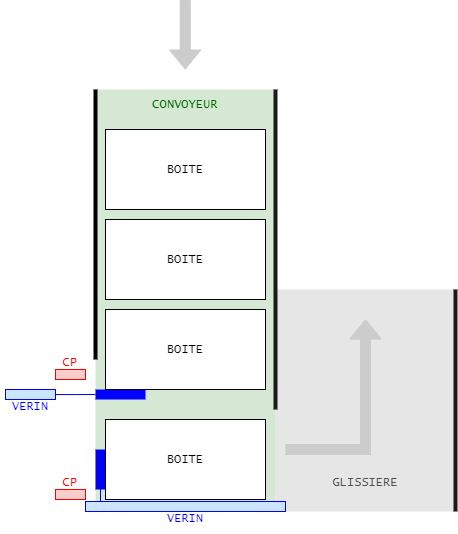
The draw.io diagram installation-cv.drawio.png in joriszuretti/esirem, before a commit. Source tidied: cells renumbered, new cells last; positions are measured from the earlier drawing's top-left corner, leaving out a move shared by most shapes.
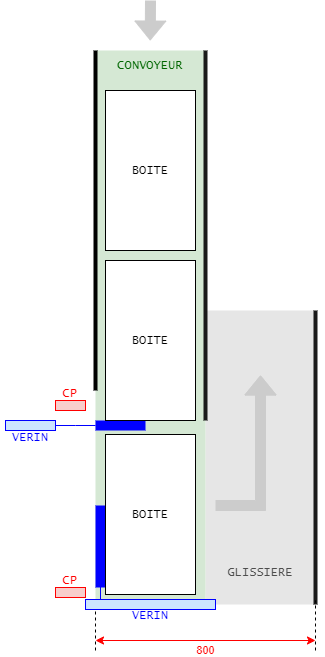
Later version of the same file.

Commit message:
Mettre à jour installation-cv.drawio.png

The edit, as a diff of the source:
```diff
@@ -3,31 +3,22 @@
     <mxCell id="0" />
     <mxCell id="1" parent="0" />
     <mxCell id="2" style="rounded=0;whiteSpace=wrap;html=1;fillColor=#E6E6E6;strokeColor=none;strokeWidth=4;" parent="1" vertex="1">
-      <mxGeometry x="275" y="290" width="180" height="222" as="geometry" />
+      <mxGeometry x="205" y="280" width="110" height="294" as="geometry" />
     </mxCell>
     <mxCell id="3" style="rounded=0;whiteSpace=wrap;html=1;fillColor=#d5e8d4;strokeColor=none;strokeWidth=4;" parent="1" vertex="1">
-      <mxGeometry x="95" y="90" width="180" height="422" as="geometry" />
+      <mxGeometry x="95" y="20" width="110" height="550" as="geometry" />
     </mxCell>
-    <mxCell id="4" value="&lt;font face=&quot;Lucida Console&quot;&gt;BOITE&lt;/font&gt;" style="rounded=0;whiteSpace=wrap;html=1;" parent="1" vertex="1">
-      <mxGeometry x="105" y="130" width="160" height="80" as="geometry" />
-    </mxCell>
-    <mxCell id="5" value="&lt;font face=&quot;Lucida Console&quot;&gt;BOITE&lt;/font&gt;" style="rounded=0;whiteSpace=wrap;html=1;" parent="1" vertex="1">
-      <mxGeometry x="105" y="220" width="160" height="80" as="geometry" />
-    </mxCell>
     <mxCell id="6" style="rounded=0;whiteSpace=wrap;html=1;fillColor=#0000FF;strokeColor=none;fillStyle=auto;gradientColor=none;perimeterSpacing=8;" parent="1" vertex="1">
       <mxGeometry x="95" y="390" width="50" height="10" as="geometry" />
     </mxCell>
     <mxCell id="7" style="rounded=0;whiteSpace=wrap;html=1;fillColor=#f8cecc;strokeColor=#FF0000;" parent="1" vertex="1">
-      <mxGeometry x="55" y="490" width="30" height="10" as="geometry" />
+      <mxGeometry x="55" y="557" width="30" height="10" as="geometry" />
     </mxCell>
     <mxCell id="8" style="rounded=0;whiteSpace=wrap;html=1;fillColor=#f8cecc;strokeColor=#FF0000;" parent="1" vertex="1">
       <mxGeometry x="55" y="370" width="30" height="10" as="geometry" />
     </mxCell>
-    <mxCell id="9" value="&lt;font face=&quot;Lucida Console&quot;&gt;BOITE&lt;/font&gt;" style="rounded=0;whiteSpace=wrap;html=1;" parent="1" vertex="1">
-      <mxGeometry x="105" y="310" width="160" height="80" as="geometry" />
-    </mxCell>
     <mxCell id="10" style="rounded=0;whiteSpace=wrap;html=1;fillColor=#CCE5FF;strokeColor=#0000FF;fillStyle=auto;gradientColor=none;perimeterSpacing=8;" parent="1" vertex="1">
-      <mxGeometry x="85" y="502" width="200" height="10" as="geometry" />
+      <mxGeometry x="85" y="569" width="130" height="10" as="geometry" />
     </mxCell>
     <mxCell id="11" style="endArrow=none;html=1;rounded=0;strokeWidth=4;strokeColor=#000000;entryX=0;entryY=0;entryDx=0;entryDy=0;" parent="1" edge="1" target="3">
       <mxGeometry relative="1" as="geometry">
@@ -36,7 +27,7 @@
     </mxCell>
     <mxCell id="12" style="endArrow=none;html=1;rounded=0;strokeWidth=4;strokeColor=#1A1A1A;entryX=1;entryY=0;entryDx=0;entryDy=0;" parent="1" edge="1" target="3">
       <mxGeometry relative="1" as="geometry">
-        <mxPoint x="275" y="410" as="sourcePoint" />
+        <mxPoint x="205" y="390" as="sourcePoint" />
       </mxGeometry>
     </mxCell>
     <mxCell id="13" style="edgeStyle=orthogonalEdgeStyle;rounded=0;jettySize=auto;html=1;endArrow=none;endFill=0;strokeColor=#0000FF;" parent="1" edge="1" source="14">
@@ -47,57 +38,83 @@
     <mxCell id="14" style="rounded=0;whiteSpace=wrap;html=1;fillColor=#CCE5FF;strokeColor=#0000FF;verticalAlign=middle;" parent="1" vertex="1">
       <mxGeometry x="5" y="390" width="50" height="10" as="geometry" />
     </mxCell>
-    <mxCell id="15" style="endArrow=none;html=1;rounded=0;strokeWidth=4;strokeColor=#1A1A1A;entryX=0;entryY=0;entryDx=0;entryDy=0;exitX=1;exitY=1;exitDx=0;exitDy=0;" parent="1" edge="1" source="2">
-      <mxGeometry relative="1" as="geometry">
-        <mxPoint x="455" y="290" as="targetPoint" />
-      </mxGeometry>
+    <mxCell id="15" style="endArrow=none;html=1;rounded=0;strokeWidth=4;strokeColor=#1A1A1A;entryX=1;entryY=0;entryDx=0;entryDy=0;exitX=1;exitY=1;exitDx=0;exitDy=0;" parent="1" edge="1" source="2" target="2">
+      <mxGeometry relative="1" as="geometry" />
     </mxCell>
     <mxCell id="16" style="endArrow=classic;html=1;rounded=0;strokeColor=#CCCCCC;shape=flexArrow;fillColor=#CCCCCC;" parent="1" edge="1">
       <mxGeometry relative="1" as="geometry">
-        <mxPoint x="285" y="450" as="sourcePoint" />
-        <mxPoint x="365" y="320" as="targetPoint" />
+        <mxPoint x="215" y="475" as="sourcePoint" />
+        <mxPoint x="260" y="345" as="targetPoint" />
         <Array as="points">
-          <mxPoint x="385" y="450" />
-          <mxPoint x="285" y="450" />
-          <mxPoint x="365" y="450" />
+          <mxPoint x="280" y="475" />
+          <mxPoint x="260" y="475" />
         </Array>
       </mxGeometry>
     </mxCell>
     <mxCell id="17" style="rounded=0;whiteSpace=wrap;html=1;fillColor=#0000FF;strokeColor=none;fillStyle=auto;gradientColor=none;perimeterSpacing=8;" parent="1" vertex="1">
-      <mxGeometry x="95" y="450" width="10" height="40" as="geometry" />
+      <mxGeometry x="95" y="475" width="10" height="82" as="geometry" />
     </mxCell>
     <mxCell id="18" value="&lt;font face=&quot;Lucida Console&quot;&gt;BOITE&lt;/font&gt;" style="rounded=0;whiteSpace=wrap;html=1;" parent="1" vertex="1">
-      <mxGeometry x="105" y="420" width="160" height="80" as="geometry" />
+      <mxGeometry x="105" y="230" width="90" height="160" as="geometry" />
     </mxCell>
     <mxCell id="19" style="rounded=0;orthogonalLoop=1;jettySize=auto;html=1;exitX=0.529;exitY=0.815;exitDx=0;exitDy=0;exitPerimeter=0;strokeColor=#0000FF;endArrow=none;endFill=0;" parent="1" edge="1">
       <mxGeometry relative="1" as="geometry">
-        <mxPoint x="100" y="476.6" as="sourcePoint" />
-        <mxPoint x="100" y="502" as="targetPoint" />
+        <mxPoint x="100" y="543.6" as="sourcePoint" />
+        <mxPoint x="100" y="569" as="targetPoint" />
       </mxGeometry>
     </mxCell>
-    <mxCell id="20" style="endArrow=classic;html=1;rounded=0;exitX=0.5;exitY=0.766;exitDx=0;exitDy=0;exitPerimeter=0;strokeColor=#CCCCCC;shape=flexArrow;fillColor=#CCCCCC;" parent="1" edge="1">
+    <mxCell id="20" style="endArrow=classic;html=1;rounded=0;strokeColor=#CCCCCC;shape=flexArrow;fillColor=#CCCCCC;" parent="1" edge="1">
       <mxGeometry relative="1" as="geometry">
-        <mxPoint x="184.7" as="sourcePoint" />
-        <mxPoint x="184.7" y="70" as="targetPoint" />
+        <mxPoint x="150" y="-30" as="sourcePoint" />
+        <mxPoint x="149.7" y="10" as="targetPoint" />
       </mxGeometry>
     </mxCell>
     <mxCell id="21" value="&lt;font face=&quot;Lucida Console&quot;&gt;CP&lt;/font&gt;" style="text;html=1;strokeColor=none;fillColor=none;align=center;verticalAlign=middle;whiteSpace=wrap;rounded=0;fontColor=#FF0000;" parent="1" vertex="1">
       <mxGeometry x="40" y="348" width="60" height="30" as="geometry" />
     </mxCell>
     <mxCell id="22" value="&lt;font face=&quot;Lucida Console&quot;&gt;CP&lt;/font&gt;" style="text;html=1;strokeColor=none;fillColor=none;align=center;verticalAlign=middle;whiteSpace=wrap;rounded=0;fontColor=#FF0000;" parent="1" vertex="1">
-      <mxGeometry x="40" y="468" width="60" height="30" as="geometry" />
+      <mxGeometry x="40" y="535" width="60" height="30" as="geometry" />
     </mxCell>
     <mxCell id="23" value="&lt;font face=&quot;Lucida Console&quot;&gt;VERIN&lt;/font&gt;" style="text;html=1;strokeColor=none;fillColor=none;align=center;verticalAlign=middle;whiteSpace=wrap;rounded=0;fontColor=#0000FF;" parent="1" vertex="1">
-      <mxGeometry x="155" y="504" width="60" height="30" as="geometry" />
+      <mxGeometry x="120" y="570" width="60" height="30" as="geometry" />
     </mxCell>
     <mxCell id="24" value="&lt;font face=&quot;Lucida Console&quot;&gt;VERIN&lt;/font&gt;" style="text;html=1;strokeColor=none;fillColor=none;align=center;verticalAlign=middle;whiteSpace=wrap;rounded=0;fontColor=#0000FF;" parent="1" vertex="1">
       <mxGeometry y="392" width="60" height="30" as="geometry" />
     </mxCell>
     <mxCell id="25" value="&lt;font face=&quot;Lucida Console&quot;&gt;CONVOYEUR&lt;/font&gt;" style="text;html=1;strokeColor=none;fillColor=none;align=center;verticalAlign=middle;whiteSpace=wrap;rounded=0;fontColor=#006600;" parent="1" vertex="1">
-      <mxGeometry x="155" y="90" width="60" height="30" as="geometry" />
+      <mxGeometry x="120" y="20" width="60" height="30" as="geometry" />
     </mxCell>
     <mxCell id="26" value="&lt;font color=&quot;#4d4d4d&quot; face=&quot;Lucida Console&quot;&gt;GLISSIERE&lt;/font&gt;" style="text;html=1;strokeColor=none;fillColor=none;align=center;verticalAlign=middle;whiteSpace=wrap;rounded=0;fontColor=#006600;" parent="1" vertex="1">
-      <mxGeometry x="335" y="468" width="60" height="30" as="geometry" />
+      <mxGeometry x="230" y="527" width="60" height="30" as="geometry" />
     </mxCell>
+    <mxCell id="27" value="&lt;font face=&quot;Lucida Console&quot;&gt;BOITE&lt;/font&gt;" style="rounded=0;whiteSpace=wrap;html=1;" parent="1" vertex="1">
+      <mxGeometry x="105" y="60" width="90" height="160" as="geometry" />
+    </mxCell>
+    <mxCell id="28" value="&lt;font face=&quot;Lucida Console&quot;&gt;BOITE&lt;/font&gt;" style="rounded=0;whiteSpace=wrap;html=1;" parent="1" vertex="1">
+      <mxGeometry x="105" y="404" width="90" height="160" as="geometry" />
+    </mxCell>
+    <mxCell id="29" style="endArrow=classic;startArrow=classic;html=1;rounded=0;fillColor=#f8cecc;strokeColor=#FF0000;" parent="1" edge="1">
+      <mxGeometry relative="1" as="geometry">
+        <mxPoint x="95" y="610" as="sourcePoint" />
+        <mxPoint x="315" y="610" as="targetPoint" />
+      </mxGeometry>
+    </mxCell>
+    <mxCell id="30" value="800" style="edgeLabel;html=1;align=center;verticalAlign=middle;fontColor=#FF0000;" parent="29" vertex="1">
+      <mxGeometry x="0.3" relative="1" as="geometry">
+        <mxPoint x="-33" y="10" as="offset" />
+      </mxGeometry>
+    </mxCell>
+    <mxCell id="31" style="endArrow=none;dashed=1;html=1;rounded=0;" parent="1" edge="1">
+      <mxGeometry relative="1" as="geometry">
+        <mxPoint x="95" y="620" as="sourcePoint" />
+        <mxPoint x="95" y="579" as="targetPoint" />
+      </mxGeometry>
+    </mxCell>
+    <mxCell id="32" style="endArrow=none;dashed=1;html=1;rounded=0;" parent="1" edge="1">
+      <mxGeometry relative="1" as="geometry">
+        <mxPoint x="315" y="620" as="sourcePoint" />
+        <mxPoint x="315" y="570" as="targetPoint" />
+      </mxGeometry>
+    </mxCell>
   </root>
 </mxGraphModel>
```
